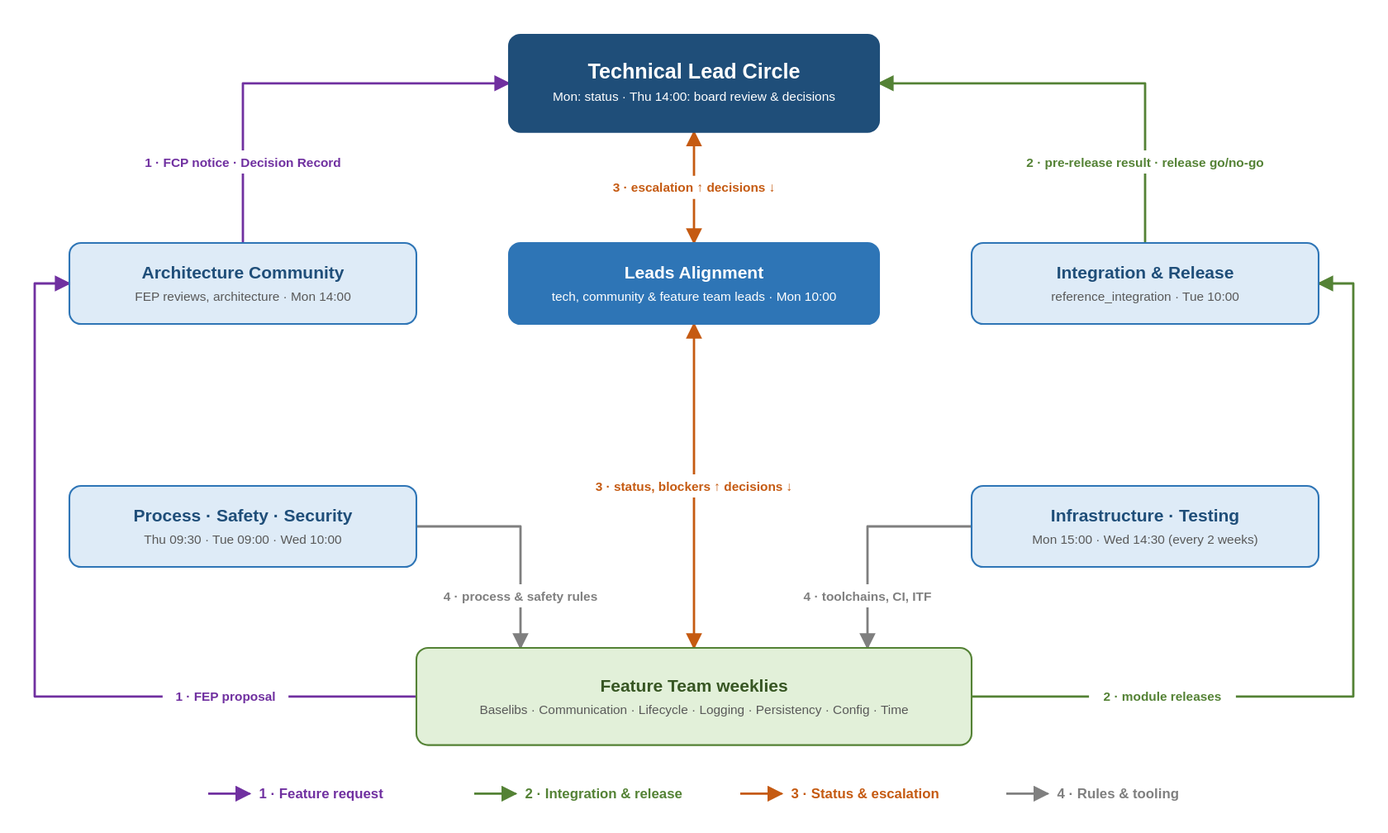
The draw.io diagram docs/users_guide/_assets/project_meetings.drawio.svg in eclipse-score/score, before a commit. Source tidied: cells renumbered, new cells last; positions are measured from the earlier drawing's top-left corner, leaving out a move shared by most shapes. Its diagram source:
```xml
<mxGraphModel background="#FFFFFF">
  <root>
    <mxCell id="0" />
    <mxCell id="1" parent="0" />
    <mxCell id="2" value="&lt;b style=&quot;font-size:18px&quot;&gt;Technical Lead Circle&lt;/b&gt;&lt;br&gt;&lt;span style=&quot;font-size:11px;color:#FFFFFF&quot;&gt;Mon: status  ·  Thu 14:00: board review &amp;amp; decisions&lt;/span&gt;" style="rounded=1;arcSize=14;whiteSpace=wrap;html=1;fontFamily=Helvetica;fillColor=#1F4E79;strokeColor=#1F4E79;strokeWidth=1.5;fontColor=#FFFFFF;" parent="1" vertex="1">
      <mxGeometry x="410" width="320" height="84" as="geometry" />
    </mxCell>
    <mxCell id="3" value="&lt;b style=&quot;font-size:15px&quot;&gt;Leads Alignment&lt;/b&gt;&lt;br&gt;&lt;span style=&quot;font-size:11px;color:#FFFFFF&quot;&gt;tech, community &amp;amp; feature team leads  ·  Mon 10:00&lt;/span&gt;" style="rounded=1;arcSize=14;whiteSpace=wrap;html=1;fontFamily=Helvetica;fillColor=#2E75B6;strokeColor=#2E75B6;strokeWidth=1.5;fontColor=#FFFFFF;" parent="1" vertex="1">
      <mxGeometry x="410" y="180" width="320" height="70" as="geometry" />
    </mxCell>
    <mxCell id="4" value="&lt;b style=&quot;font-size:15px&quot;&gt;Architecture Community&lt;/b&gt;&lt;br&gt;&lt;span style=&quot;font-size:11px;color:#595959&quot;&gt;FEP reviews, architecture  ·  Mon 14:00&lt;/span&gt;" style="rounded=1;arcSize=14;whiteSpace=wrap;html=1;fontFamily=Helvetica;fillColor=#DEEBF7;strokeColor=#2E75B6;strokeWidth=1.5;fontColor=#1F4E79;" parent="1" vertex="1">
      <mxGeometry x="30" y="180" width="300" height="70" as="geometry" />
    </mxCell>
    <mxCell id="5" value="&lt;b style=&quot;font-size:15px&quot;&gt;Integration &amp;amp; Release&lt;/b&gt;&lt;br&gt;&lt;span style=&quot;font-size:11px;color:#595959&quot;&gt;reference_integration  ·  Tue 10:00&lt;/span&gt;" style="rounded=1;arcSize=14;whiteSpace=wrap;html=1;fontFamily=Helvetica;fillColor=#DEEBF7;strokeColor=#2E75B6;strokeWidth=1.5;fontColor=#1F4E79;" parent="1" vertex="1">
      <mxGeometry x="810" y="180" width="300" height="70" as="geometry" />
    </mxCell>
    <mxCell id="6" value="&lt;b style=&quot;font-size:15px&quot;&gt;Process · Safety · Security&lt;/b&gt;&lt;br&gt;&lt;span style=&quot;font-size:11px;color:#595959&quot;&gt;Thu 09:30  ·  Tue 09:00  ·  Wed 10:00&lt;/span&gt;" style="rounded=1;arcSize=14;whiteSpace=wrap;html=1;fontFamily=Helvetica;fillColor=#DEEBF7;strokeColor=#2E75B6;strokeWidth=1.5;fontColor=#1F4E79;" parent="1" vertex="1">
      <mxGeometry x="30" y="390" width="300" height="70" as="geometry" />
    </mxCell>
    <mxCell id="7" value="&lt;b style=&quot;font-size:15px&quot;&gt;Infrastructure · Testing&lt;/b&gt;&lt;br&gt;&lt;span style=&quot;font-size:11px;color:#595959&quot;&gt;Mon 15:00  ·  Wed 14:30 (every 2 weeks)&lt;/span&gt;" style="rounded=1;arcSize=14;whiteSpace=wrap;html=1;fontFamily=Helvetica;fillColor=#DEEBF7;strokeColor=#2E75B6;strokeWidth=1.5;fontColor=#1F4E79;" parent="1" vertex="1">
      <mxGeometry x="810" y="390" width="300" height="70" as="geometry" />
    </mxCell>
    <mxCell id="8" value="&lt;b style=&quot;font-size:15px&quot;&gt;Feature Team weeklies&lt;/b&gt;&lt;br&gt;&lt;span style=&quot;font-size:11px;color:#595959&quot;&gt;Baselibs · Communication · Lifecycle · Logging · Persistency · Config · Time&lt;/span&gt;" style="rounded=1;arcSize=14;whiteSpace=wrap;html=1;fontFamily=Helvetica;fillColor=#E2F0D9;strokeColor=#548235;strokeWidth=1.5;fontColor=#375623;" parent="1" vertex="1">
      <mxGeometry x="330" y="530" width="480" height="84" as="geometry" />
    </mxCell>
    <mxCell id="9" value="1 · FEP proposal" style="endArrow=block;endFill=1;html=1;rounded=1;strokeColor=#7030A0;strokeWidth=2;fontColor=#7030A0;fontStyle=1;fontSize=11;labelBackgroundColor=#FFFFFF;" parent="1" edge="1" source="8" target="4">
      <mxGeometry relative="1" as="geometry">
        <Array as="points">
          <mxPoint y="572" />
          <mxPoint y="215" />
        </Array>
      </mxGeometry>
    </mxCell>
    <mxCell id="10" value="1 · FCP notice · Decision Record" style="endArrow=block;endFill=1;html=1;rounded=1;strokeColor=#7030A0;strokeWidth=2;fontColor=#7030A0;fontStyle=1;fontSize=11;labelBackgroundColor=#FFFFFF;" parent="1" edge="1" source="4" target="2">
      <mxGeometry relative="1" as="geometry">
        <Array as="points">
          <mxPoint x="180" y="42" />
        </Array>
      </mxGeometry>
    </mxCell>
    <mxCell id="11" value="2 · module releases" style="endArrow=block;endFill=1;html=1;rounded=1;strokeColor=#548235;strokeWidth=2;fontColor=#548235;fontStyle=1;fontSize=11;labelBackgroundColor=#FFFFFF;" parent="1" edge="1" source="8" target="5">
      <mxGeometry relative="1" as="geometry">
        <Array as="points">
          <mxPoint x="1140" y="572" />
          <mxPoint x="1140" y="215" />
        </Array>
      </mxGeometry>
    </mxCell>
    <mxCell id="12" value="2 · pre-release result · release go/no-go" style="endArrow=block;endFill=1;html=1;rounded=1;strokeColor=#548235;strokeWidth=2;fontColor=#548235;fontStyle=1;fontSize=11;labelBackgroundColor=#FFFFFF;" parent="1" edge="1" source="5" target="2">
      <mxGeometry relative="1" as="geometry">
        <Array as="points">
          <mxPoint x="960" y="42" />
        </Array>
      </mxGeometry>
    </mxCell>
    <mxCell id="13" value="3 · status, blockers ↑  decisions ↓" style="endArrow=block;endFill=1;startArrow=block;startFill=1;html=1;rounded=1;strokeColor=#C55A11;strokeWidth=2;fontColor=#C55A11;fontStyle=1;fontSize=11;labelBackgroundColor=#FFFFFF;" parent="1" edge="1" source="8" target="3">
      <mxGeometry relative="1" as="geometry" />
    </mxCell>
    <mxCell id="14" value="3 · escalation ↑  decisions ↓" style="endArrow=block;endFill=1;startArrow=block;startFill=1;html=1;rounded=1;strokeColor=#C55A11;strokeWidth=2;fontColor=#C55A11;fontStyle=1;fontSize=11;labelBackgroundColor=#FFFFFF;" parent="1" edge="1" source="3" target="2">
      <mxGeometry relative="1" as="geometry" />
    </mxCell>
    <mxCell id="15" value="4 · process &amp; safety rules" style="endArrow=block;endFill=1;html=1;rounded=1;strokeColor=#7F7F7F;strokeWidth=2;fontColor=#7F7F7F;fontStyle=1;fontSize=11;labelBackgroundColor=#FFFFFF;" parent="1" edge="1" source="6" target="8">
      <mxGeometry relative="1" as="geometry">
        <Array as="points">
          <mxPoint x="420" y="425" />
        </Array>
      </mxGeometry>
    </mxCell>
    <mxCell id="16" value="4 · toolchains, CI, ITF" style="endArrow=block;endFill=1;html=1;rounded=1;strokeColor=#7F7F7F;strokeWidth=2;fontColor=#7F7F7F;fontStyle=1;fontSize=11;labelBackgroundColor=#FFFFFF;" parent="1" edge="1" source="7" target="8">
      <mxGeometry relative="1" as="geometry">
        <Array as="points">
          <mxPoint x="720" y="425" />
        </Array>
      </mxGeometry>
    </mxCell>
    <mxCell id="17" value="1 · Feature request" style="endArrow=block;endFill=1;html=1;strokeColor=#7030A0;strokeWidth=2;fontColor=#7030A0;fontStyle=1;fontSize=12;labelPosition=right;align=left;spacingLeft=6;" parent="1" edge="1">
      <mxGeometry relative="1" as="geometry">
        <mxPoint x="150" y="656" as="sourcePoint" />
        <mxPoint x="186" y="656" as="targetPoint" />
      </mxGeometry>
    </mxCell>
    <mxCell id="18" value="2 · Integration &amp; release" style="endArrow=block;endFill=1;html=1;strokeColor=#548235;strokeWidth=2;fontColor=#548235;fontStyle=1;fontSize=12;labelPosition=right;align=left;spacingLeft=6;" parent="1" edge="1">
      <mxGeometry relative="1" as="geometry">
        <mxPoint x="380" y="656" as="sourcePoint" />
        <mxPoint x="416" y="656" as="targetPoint" />
      </mxGeometry>
    </mxCell>
    <mxCell id="19" value="3 · Status &amp; escalation" style="endArrow=block;endFill=1;html=1;strokeColor=#C55A11;strokeWidth=2;fontColor=#C55A11;fontStyle=1;fontSize=12;labelPosition=right;align=left;spacingLeft=6;" parent="1" edge="1">
      <mxGeometry relative="1" as="geometry">
        <mxPoint x="610" y="656" as="sourcePoint" />
        <mxPoint x="646" y="656" as="targetPoint" />
      </mxGeometry>
    </mxCell>
    <mxCell id="20" value="4 · Rules &amp; tooling" style="endArrow=block;endFill=1;html=1;strokeColor=#7F7F7F;strokeWidth=2;fontColor=#7F7F7F;fontStyle=1;fontSize=12;labelPosition=right;align=left;spacingLeft=6;" parent="1" edge="1">
      <mxGeometry relative="1" as="geometry">
        <mxPoint x="840" y="656" as="sourcePoint" />
        <mxPoint x="876" y="656" as="targetPoint" />
      </mxGeometry>
    </mxCell>
  </root>
</mxGraphModel>
```
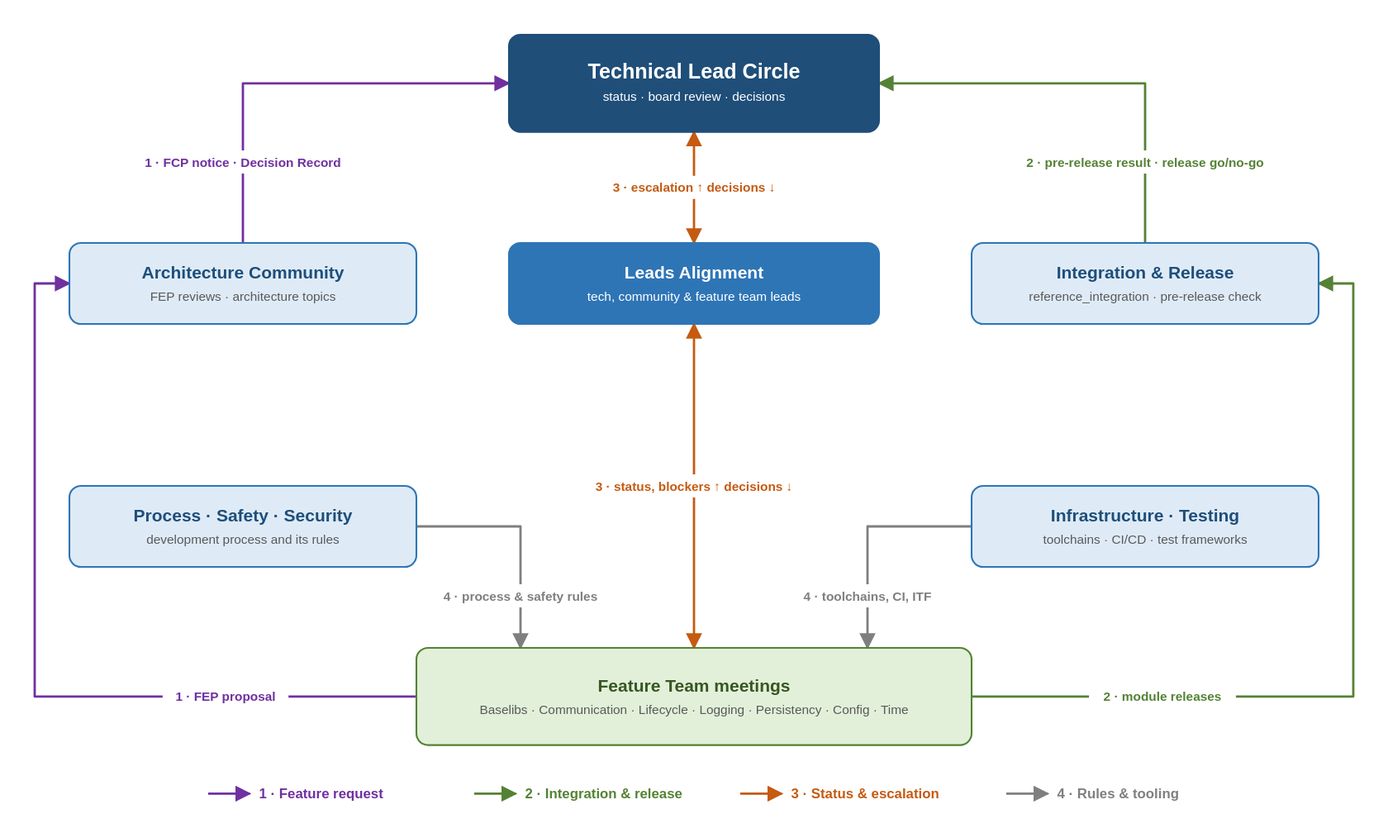
The same file after the commit.

Commit message:
docs: drop hard-coded meeting times, link team info pages instead

Dates and times are left to the S-CORE calendar; the meetings table
links the General Information discussion and the minutes of each team.
The meetings diagram no longer shows times either.

What changed in the source:
```diff
@@ -2,25 +2,25 @@
   <root>
     <mxCell id="0" />
     <mxCell id="1" parent="0" />
-    <mxCell id="2" value="&lt;b style=&quot;font-size:18px&quot;&gt;Technical Lead Circle&lt;/b&gt;&lt;br&gt;&lt;span style=&quot;font-size:11px;color:#FFFFFF&quot;&gt;Mon: status  ·  Thu 14:00: board review &amp;amp; decisions&lt;/span&gt;" style="rounded=1;arcSize=14;whiteSpace=wrap;html=1;fontFamily=Helvetica;fillColor=#1F4E79;strokeColor=#1F4E79;strokeWidth=1.5;fontColor=#FFFFFF;" parent="1" vertex="1">
+    <mxCell id="2" value="&lt;b style=&quot;font-size:18px&quot;&gt;Technical Lead Circle&lt;/b&gt;&lt;br&gt;&lt;span style=&quot;font-size:11px;color:#FFFFFF&quot;&gt;status  ·  board review  ·  decisions&lt;/span&gt;" style="rounded=1;arcSize=14;whiteSpace=wrap;html=1;fontFamily=Helvetica;fillColor=#1F4E79;strokeColor=#1F4E79;strokeWidth=1.5;fontColor=#FFFFFF;" parent="1" vertex="1">
       <mxGeometry x="410" width="320" height="84" as="geometry" />
     </mxCell>
-    <mxCell id="3" value="&lt;b style=&quot;font-size:15px&quot;&gt;Leads Alignment&lt;/b&gt;&lt;br&gt;&lt;span style=&quot;font-size:11px;color:#FFFFFF&quot;&gt;tech, community &amp;amp; feature team leads  ·  Mon 10:00&lt;/span&gt;" style="rounded=1;arcSize=14;whiteSpace=wrap;html=1;fontFamily=Helvetica;fillColor=#2E75B6;strokeColor=#2E75B6;strokeWidth=1.5;fontColor=#FFFFFF;" parent="1" vertex="1">
+    <mxCell id="3" value="&lt;b style=&quot;font-size:15px&quot;&gt;Leads Alignment&lt;/b&gt;&lt;br&gt;&lt;span style=&quot;font-size:11px;color:#FFFFFF&quot;&gt;tech, community &amp;amp; feature team leads&lt;/span&gt;" style="rounded=1;arcSize=14;whiteSpace=wrap;html=1;fontFamily=Helvetica;fillColor=#2E75B6;strokeColor=#2E75B6;strokeWidth=1.5;fontColor=#FFFFFF;" parent="1" vertex="1">
       <mxGeometry x="410" y="180" width="320" height="70" as="geometry" />
     </mxCell>
-    <mxCell id="4" value="&lt;b style=&quot;font-size:15px&quot;&gt;Architecture Community&lt;/b&gt;&lt;br&gt;&lt;span style=&quot;font-size:11px;color:#595959&quot;&gt;FEP reviews, architecture  ·  Mon 14:00&lt;/span&gt;" style="rounded=1;arcSize=14;whiteSpace=wrap;html=1;fontFamily=Helvetica;fillColor=#DEEBF7;strokeColor=#2E75B6;strokeWidth=1.5;fontColor=#1F4E79;" parent="1" vertex="1">
+    <mxCell id="4" value="&lt;b style=&quot;font-size:15px&quot;&gt;Architecture Community&lt;/b&gt;&lt;br&gt;&lt;span style=&quot;font-size:11px;color:#595959&quot;&gt;FEP reviews  ·  architecture topics&lt;/span&gt;" style="rounded=1;arcSize=14;whiteSpace=wrap;html=1;fontFamily=Helvetica;fillColor=#DEEBF7;strokeColor=#2E75B6;strokeWidth=1.5;fontColor=#1F4E79;" parent="1" vertex="1">
       <mxGeometry x="30" y="180" width="300" height="70" as="geometry" />
     </mxCell>
-    <mxCell id="5" value="&lt;b style=&quot;font-size:15px&quot;&gt;Integration &amp;amp; Release&lt;/b&gt;&lt;br&gt;&lt;span style=&quot;font-size:11px;color:#595959&quot;&gt;reference_integration  ·  Tue 10:00&lt;/span&gt;" style="rounded=1;arcSize=14;whiteSpace=wrap;html=1;fontFamily=Helvetica;fillColor=#DEEBF7;strokeColor=#2E75B6;strokeWidth=1.5;fontColor=#1F4E79;" parent="1" vertex="1">
+    <mxCell id="5" value="&lt;b style=&quot;font-size:15px&quot;&gt;Integration &amp;amp; Release&lt;/b&gt;&lt;br&gt;&lt;span style=&quot;font-size:11px;color:#595959&quot;&gt;reference_integration  ·  pre-release check&lt;/span&gt;" style="rounded=1;arcSize=14;whiteSpace=wrap;html=1;fontFamily=Helvetica;fillColor=#DEEBF7;strokeColor=#2E75B6;strokeWidth=1.5;fontColor=#1F4E79;" parent="1" vertex="1">
       <mxGeometry x="810" y="180" width="300" height="70" as="geometry" />
     </mxCell>
-    <mxCell id="6" value="&lt;b style=&quot;font-size:15px&quot;&gt;Process · Safety · Security&lt;/b&gt;&lt;br&gt;&lt;span style=&quot;font-size:11px;color:#595959&quot;&gt;Thu 09:30  ·  Tue 09:00  ·  Wed 10:00&lt;/span&gt;" style="rounded=1;arcSize=14;whiteSpace=wrap;html=1;fontFamily=Helvetica;fillColor=#DEEBF7;strokeColor=#2E75B6;strokeWidth=1.5;fontColor=#1F4E79;" parent="1" vertex="1">
+    <mxCell id="6" value="&lt;b style=&quot;font-size:15px&quot;&gt;Process · Safety · Security&lt;/b&gt;&lt;br&gt;&lt;span style=&quot;font-size:11px;color:#595959&quot;&gt;development process and its rules&lt;/span&gt;" style="rounded=1;arcSize=14;whiteSpace=wrap;html=1;fontFamily=Helvetica;fillColor=#DEEBF7;strokeColor=#2E75B6;strokeWidth=1.5;fontColor=#1F4E79;" parent="1" vertex="1">
       <mxGeometry x="30" y="390" width="300" height="70" as="geometry" />
     </mxCell>
-    <mxCell id="7" value="&lt;b style=&quot;font-size:15px&quot;&gt;Infrastructure · Testing&lt;/b&gt;&lt;br&gt;&lt;span style=&quot;font-size:11px;color:#595959&quot;&gt;Mon 15:00  ·  Wed 14:30 (every 2 weeks)&lt;/span&gt;" style="rounded=1;arcSize=14;whiteSpace=wrap;html=1;fontFamily=Helvetica;fillColor=#DEEBF7;strokeColor=#2E75B6;strokeWidth=1.5;fontColor=#1F4E79;" parent="1" vertex="1">
+    <mxCell id="7" value="&lt;b style=&quot;font-size:15px&quot;&gt;Infrastructure · Testing&lt;/b&gt;&lt;br&gt;&lt;span style=&quot;font-size:11px;color:#595959&quot;&gt;toolchains  ·  CI/CD  ·  test frameworks&lt;/span&gt;" style="rounded=1;arcSize=14;whiteSpace=wrap;html=1;fontFamily=Helvetica;fillColor=#DEEBF7;strokeColor=#2E75B6;strokeWidth=1.5;fontColor=#1F4E79;" parent="1" vertex="1">
       <mxGeometry x="810" y="390" width="300" height="70" as="geometry" />
     </mxCell>
-    <mxCell id="8" value="&lt;b style=&quot;font-size:15px&quot;&gt;Feature Team weeklies&lt;/b&gt;&lt;br&gt;&lt;span style=&quot;font-size:11px;color:#595959&quot;&gt;Baselibs · Communication · Lifecycle · Logging · Persistency · Config · Time&lt;/span&gt;" style="rounded=1;arcSize=14;whiteSpace=wrap;html=1;fontFamily=Helvetica;fillColor=#E2F0D9;strokeColor=#548235;strokeWidth=1.5;fontColor=#375623;" parent="1" vertex="1">
+    <mxCell id="8" value="&lt;b style=&quot;font-size:15px&quot;&gt;Feature Team meetings&lt;/b&gt;&lt;br&gt;&lt;span style=&quot;font-size:11px;color:#595959&quot;&gt;Baselibs · Communication · Lifecycle · Logging · Persistency · Config · Time&lt;/span&gt;" style="rounded=1;arcSize=14;whiteSpace=wrap;html=1;fontFamily=Helvetica;fillColor=#E2F0D9;strokeColor=#548235;strokeWidth=1.5;fontColor=#375623;" parent="1" vertex="1">
       <mxGeometry x="330" y="530" width="480" height="84" as="geometry" />
     </mxCell>
     <mxCell id="9" value="1 · FEP proposal" style="endArrow=block;endFill=1;html=1;rounded=1;strokeColor=#7030A0;strokeWidth=2;fontColor=#7030A0;fontStyle=1;fontSize=11;labelBackgroundColor=#FFFFFF;" parent="1" edge="1" source="8" target="4">
```
